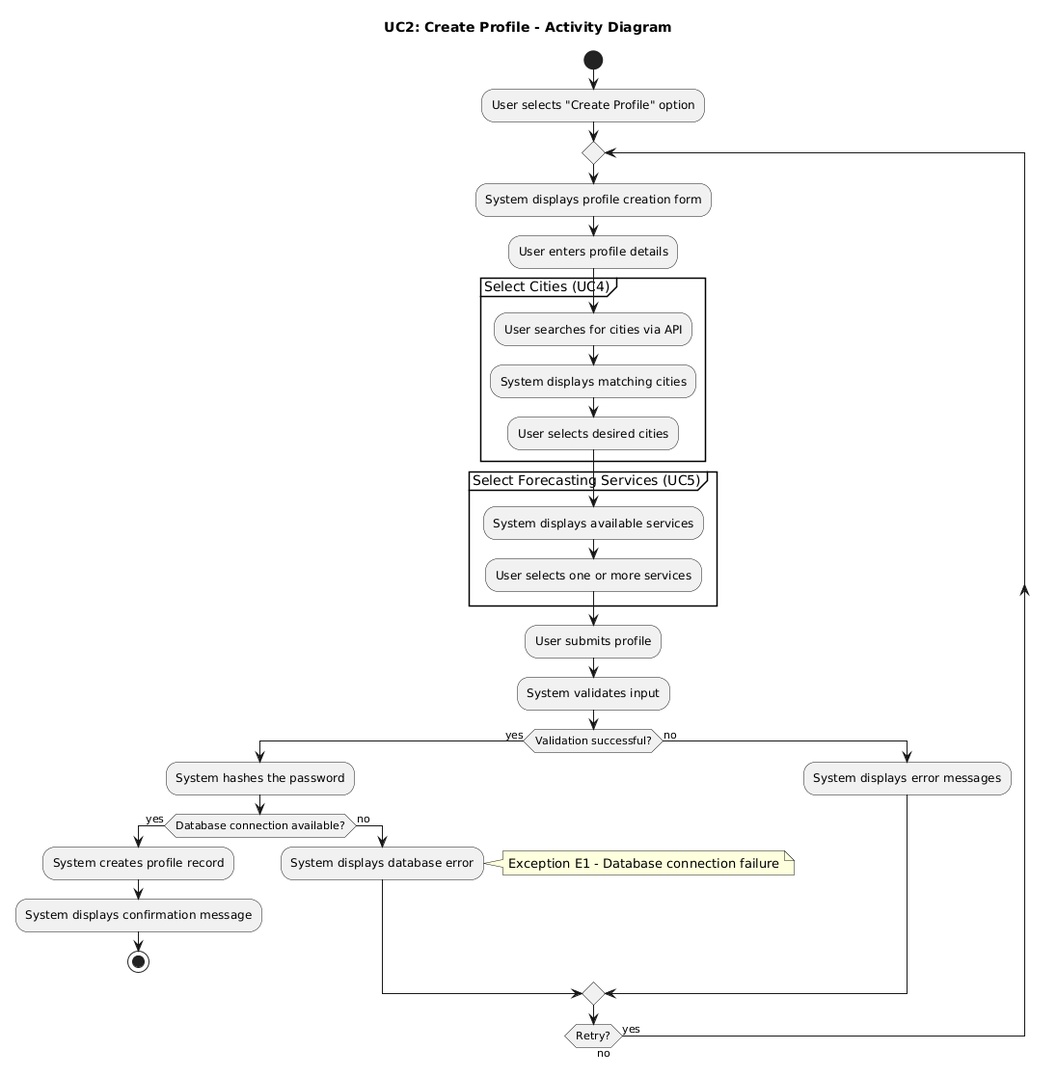
ManosMorf97/Weather-Forecasts-AI-Remastered keeps this PlantUML diagram as requirements/activity_diagrams/UC2_Create_Profile.png. Above is the earlier version.
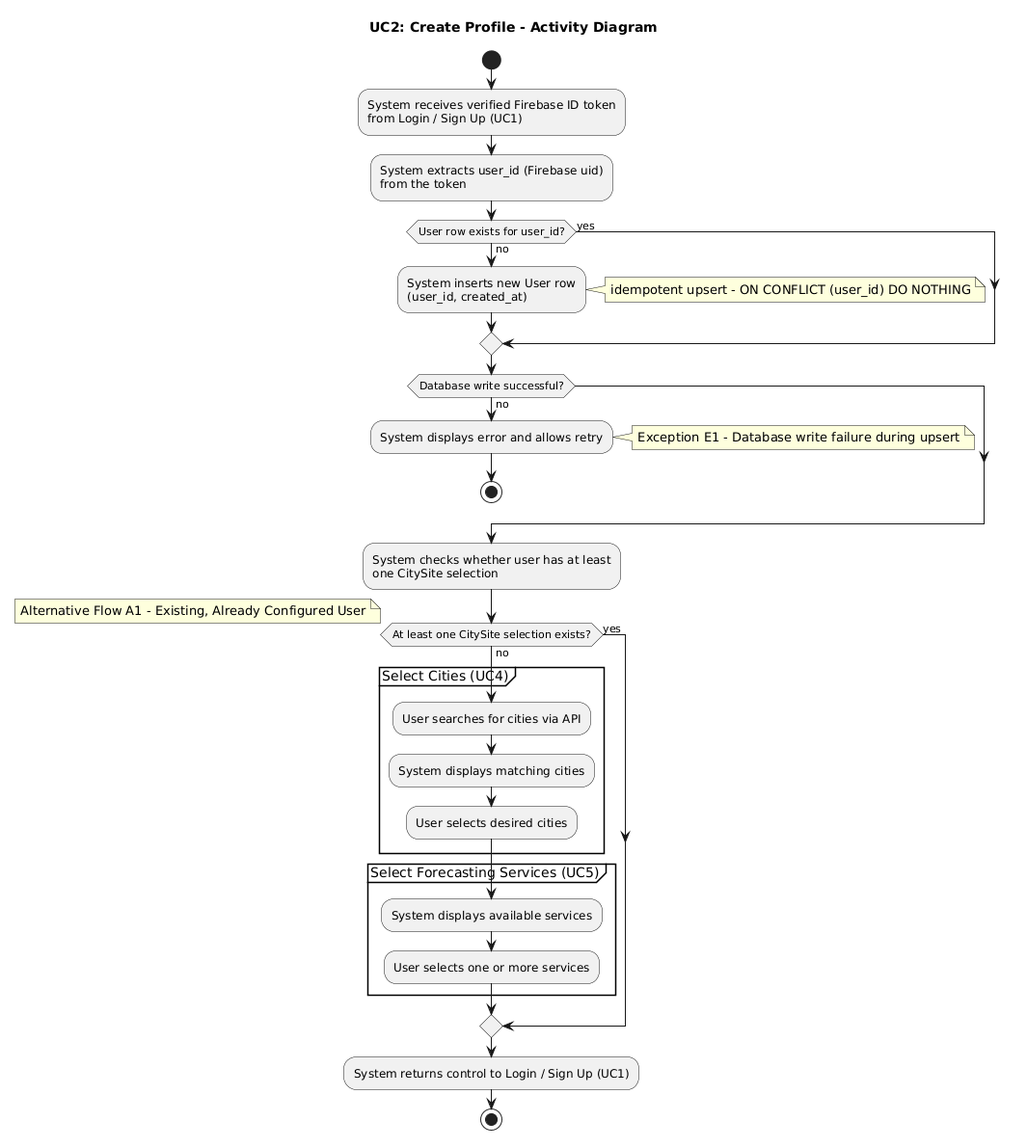
After the commit.

What changed in the source:
```diff
@@ -2,11 +2,30 @@
 title UC2: Create Profile - Activity Diagram
 
 start
-:User selects "Create Profile" option;
-repeat
-  :System displays profile creation form;
-  :User enters profile details;
+:System receives verified Firebase ID token
+from Login / Sign Up (UC1);
+:System extracts user_id (Firebase uid)
+from the token;
 
+if (User row exists for user_id?) then (yes)
+else (no)
+  :System inserts new User row
+  (user_id, created_at);
+  note right: idempotent upsert - ON CONFLICT (user_id) DO NOTHING
+endif
+
+if (Database write successful?) then (no)
+  :System displays error and allows retry;
+  note right: Exception E1 - Database write failure during upsert
+  stop
+endif
+
+:System checks whether user has at least
+one CitySite selection;
+
+if (At least one CitySite selection exists?) then (yes)
+  note right: Alternative Flow A1 - Existing, Already Configured User
+else (no)
   partition "Select Cities (UC4)" {
     :User searches for cities via API;
     :System displays matching cities;
@@ -17,22 +36,8 @@
     :System displays available services;
     :User selects one or more services;
   }
+endif
 
-  :User submits profile;
-  :System validates input;
-
-  if (Validation successful?) then (yes)
-    :System hashes the password;
-    if (Database connection available?) then (yes)
-      :System creates profile record;
-      :System displays confirmation message;
-      stop
-    else (no)
-      :System displays database error;
-      note right: Exception E1 - Database connection failure
-    endif
-  else (no)
-    :System displays error messages;
-  endif
-repeat while (Retry?) is (yes) not (no)
+:System returns control to Login / Sign Up (UC1);
+stop
 @enduml
```
